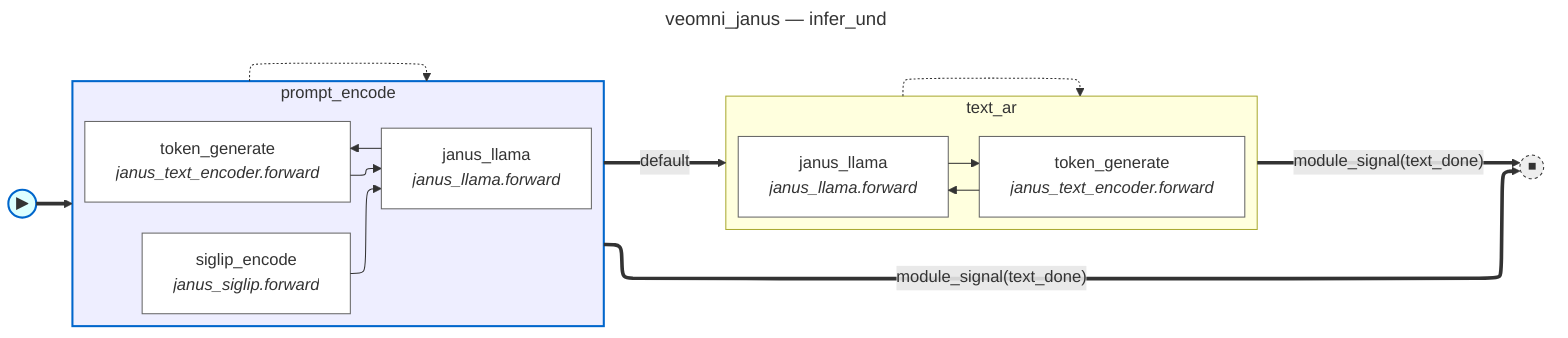
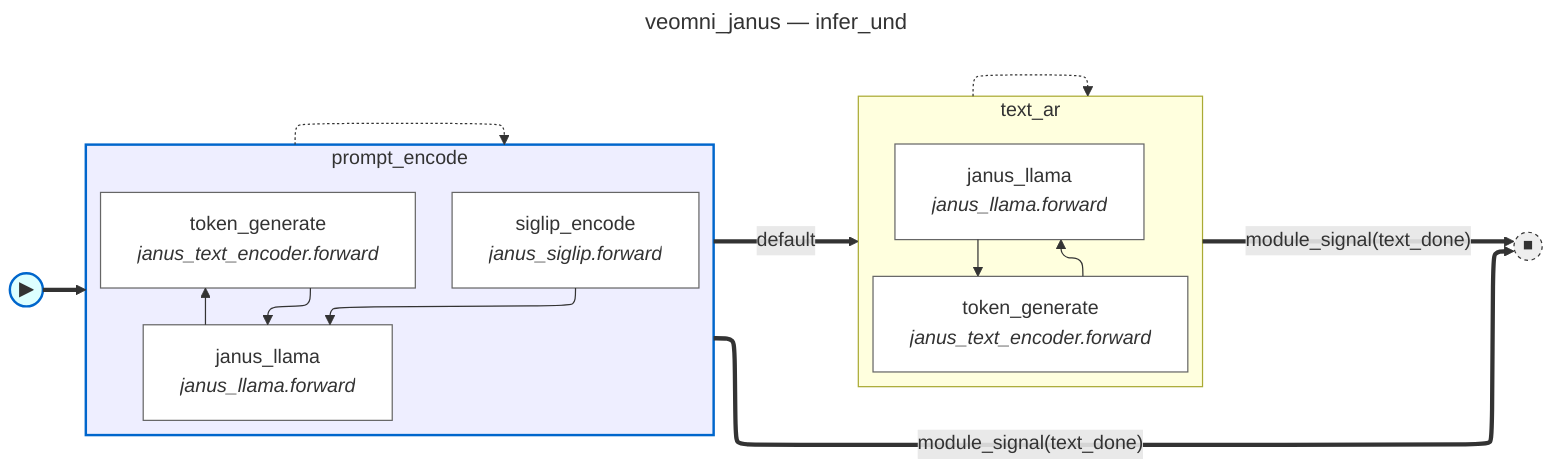
---
title: veomni_janus — infer_und
---
%%{init: {'flowchart': {'defaultRenderer': 'elk'}}}%%
flowchart LR
    fsm_start(("▶")):::fsm_start
    fsm_done(("⏹")):::fsm_terminal
    subgraph state_prompt_encode [prompt_encode]
-         direction LR
+         direction TB
        prompt_encode__siglip_encode["siglip_encode<br/><i>janus_siglip.forward</i>"]:::body_node
        prompt_encode__janus_llama["janus_llama<br/><i>janus_llama.forward</i>"]:::body_node
        prompt_encode__token_generate["token_generate<br/><i>janus_text_encoder.forward</i>"]:::body_node
        prompt_encode__siglip_encode --> prompt_encode__janus_llama
        prompt_encode__token_generate --> prompt_encode__janus_llama
        prompt_encode__janus_llama --> prompt_encode__token_generate
    end
    subgraph state_text_ar [text_ar]
-         direction LR
+         direction TB
        text_ar__token_generate["token_generate<br/><i>janus_text_encoder.forward</i>"]:::body_node
        text_ar__janus_llama["janus_llama<br/><i>janus_llama.forward</i>"]:::body_node
        text_ar__token_generate --> text_ar__janus_llama
        text_ar__janus_llama --> text_ar__token_generate
    end
    state_prompt_encode -.-> state_prompt_encode
    state_text_ar -.-> state_text_ar
    fsm_start ==> state_prompt_encode
    state_prompt_encode ==>|"module_signal(text_done)"| fsm_done
    state_prompt_encode ==>|"default"| state_text_ar
    state_text_ar ==>|"module_signal(text_done)"| fsm_done
    classDef body_node fill:#fff,stroke:#666
    classDef fsm_start fill:#dff,stroke:#06c,stroke-width:2px
    classDef fsm_terminal fill:#eee,stroke:#333,stroke-width:1px,stroke-dasharray:3 3
    style state_prompt_encode fill:#eef,stroke:#06c,stroke-width:2px
